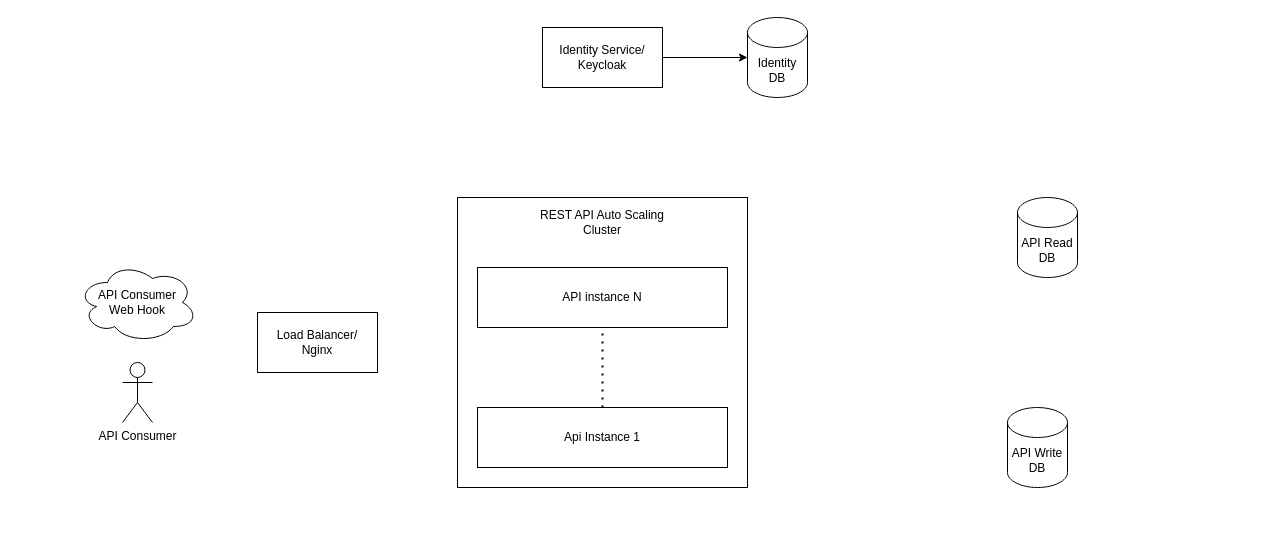
Confuzedstuff/MoneyMarketAssessment keeps this draw.io diagram as Overview.drawio. Above is the earlier version. Source tidied: cells renumbered, new cells numbered last; positions are measured from the earlier drawing's top-left corner, leaving out a move shared by most shapes. Both pictures are drawn from the tidied source at 100%, with x=0, y=0 at pixel (77, 17).
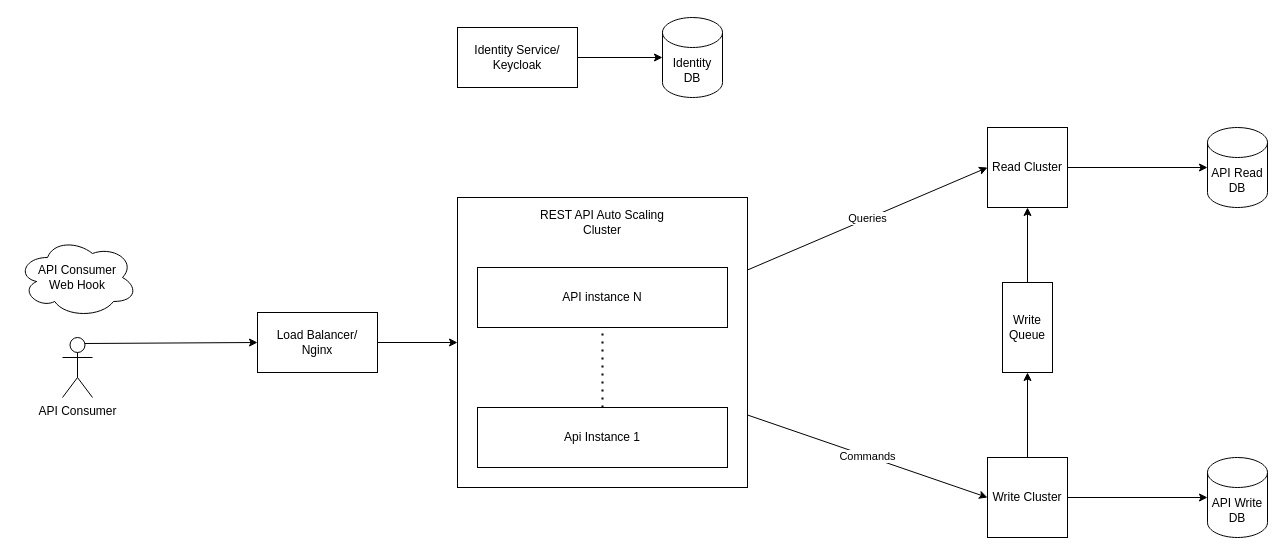
The same page after the edit.

Unchanged cells that the change refers to:
```xml
<mxCell id="5" style="whiteSpace=wrap;html=1;" parent="4" vertex="1">
  <mxGeometry width="290" height="290" as="geometry" />
</mxCell>
<mxCell id="11" value="API Consumer" style="shape=umlActor;verticalLabelPosition=bottom;verticalAlign=top;html=1;outlineConnect=0;" parent="10" vertex="1">
  <mxGeometry x="45" y="100" width="30" height="60" as="geometry" />
</mxCell>
<mxCell id="14" value="Load Balancer/&lt;div&gt;Nginx&lt;/div&gt;" style="rounded=0;whiteSpace=wrap;html=1;" parent="1" vertex="1">
  <mxGeometry x="180" y="295" width="120" height="60" as="geometry" />
</mxCell>
```

The edit, as a diff of the source:
```diff
@@
     <mxCell id="2" value="Identity DB" style="shape=cylinder3;whiteSpace=wrap;html=1;boundedLbl=1;backgroundOutline=1;size=15;" parent="1" vertex="1">
-      <mxGeometry x="670" width="60" height="80" as="geometry" />
+      <mxGeometry x="585" width="60" height="80" as="geometry" />
     </mxCell>
     <mxCell id="3" value="API Write DB" style="shape=cylinder3;whiteSpace=wrap;html=1;boundedLbl=1;backgroundOutline=1;size=15;" parent="1" vertex="1">
-      <mxGeometry x="930" y="390" width="60" height="80" as="geometry" />
+      <mxGeometry x="1130" y="440" width="60" height="80" as="geometry" />
     </mxCell>
@@
     <mxCell id="10" style="group;" parent="1" vertex="1">
-      <mxGeometry y="245" width="120" height="160" as="geometry" />
+      <mxGeometry x="-60" y="220" width="120" height="160" as="geometry" />
     </mxCell>
@@
     <mxCell id="13" value="Identity Service/&lt;div&gt;Ke&lt;span style=&quot;background-color: initial;&quot;&gt;ycloak&lt;/span&gt;&lt;/div&gt;" style="rounded=0;whiteSpace=wrap;html=1;" parent="1" vertex="1">
-      <mxGeometry x="465" y="10" width="120" height="60" as="geometry" />
+      <mxGeometry x="380" y="10" width="120" height="60" as="geometry" />
     </mxCell>
@@
     <mxCell id="15" value="API Read DB" style="shape=cylinder3;whiteSpace=wrap;html=1;boundedLbl=1;backgroundOutline=1;size=15;" parent="1" vertex="1">
-      <mxGeometry x="940" y="180" width="60" height="80" as="geometry" />
+      <mxGeometry x="1130" y="110" width="60" height="80" as="geometry" />
     </mxCell>
@@
+    <mxCell id="17" style="endArrow=classic;html=1;rounded=0;exitX=0.75;exitY=0.1;exitDx=0;exitDy=0;exitPerimeter=0;entryX=0;entryY=0.5;entryDx=0;entryDy=0;" parent="1" edge="1" source="11" target="14">
+      <mxGeometry relative="1" as="geometry" />
+    </mxCell>
+    <mxCell id="18" style="endArrow=classic;html=1;rounded=0;exitX=1;exitY=0.5;exitDx=0;exitDy=0;entryX=0;entryY=0.5;entryDx=0;entryDy=0;" parent="1" edge="1" source="14" target="5">
+      <mxGeometry relative="1" as="geometry" />
+    </mxCell>
+    <mxCell id="19" value="Write Queue" style="rounded=0;whiteSpace=wrap;html=1;" parent="1" vertex="1">
+      <mxGeometry x="925" y="265" width="50" height="90" as="geometry" />
+    </mxCell>
+    <mxCell id="20" value="Read Cluster" style="whiteSpace=wrap;html=1;" parent="1" vertex="1">
+      <mxGeometry x="910" y="110" width="80" height="80" as="geometry" />
+    </mxCell>
+    <mxCell id="21" style="edgeStyle=orthogonalEdgeStyle;rounded=0;jettySize=auto;html=1;exitX=0.5;exitY=0;exitDx=0;exitDy=0;entryX=0.5;entryY=1;entryDx=0;entryDy=0;" parent="1" edge="1" source="22" target="19">
+      <mxGeometry relative="1" as="geometry" />
+    </mxCell>
+    <mxCell id="22" value="Write Cluster" style="whiteSpace=wrap;html=1;" parent="1" vertex="1">
+      <mxGeometry x="910" y="440" width="80" height="80" as="geometry" />
+    </mxCell>
+    <mxCell id="23" value="Queries" style="endArrow=classic;html=1;rounded=0;entryX=0;entryY=0.5;entryDx=0;entryDy=0;exitX=1;exitY=0.25;exitDx=0;exitDy=0;" parent="1" edge="1" source="5" target="20">
+      <mxGeometry relative="1" as="geometry" />
+    </mxCell>
+    <mxCell id="24" value="Commands" style="endArrow=classic;html=1;rounded=0;entryX=0;entryY=0.5;entryDx=0;entryDy=0;exitX=1;exitY=0.75;exitDx=0;exitDy=0;" parent="1" edge="1" source="5" target="22">
+      <mxGeometry relative="1" as="geometry" />
+    </mxCell>
+    <mxCell id="25" style="endArrow=classic;html=1;rounded=0;entryX=0;entryY=0.5;entryDx=0;entryDy=0;entryPerimeter=0;exitX=1;exitY=0.5;exitDx=0;exitDy=0;" parent="1" edge="1" source="22" target="3">
+      <mxGeometry relative="1" as="geometry" />
+    </mxCell>
+    <mxCell id="26" style="endArrow=classic;html=1;rounded=0;entryX=0.5;entryY=1;entryDx=0;entryDy=0;exitX=0.5;exitY=0;exitDx=0;exitDy=0;" parent="1" edge="1" source="19" target="20">
+      <mxGeometry relative="1" as="geometry" />
+    </mxCell>
+    <mxCell id="27" style="endArrow=classic;html=1;rounded=0;entryX=0;entryY=0.5;entryDx=0;entryDy=0;entryPerimeter=0;exitX=1;exitY=0.5;exitDx=0;exitDy=0;" parent="1" edge="1" source="20" target="15">
+      <mxGeometry relative="1" as="geometry" />
+    </mxCell>
```
